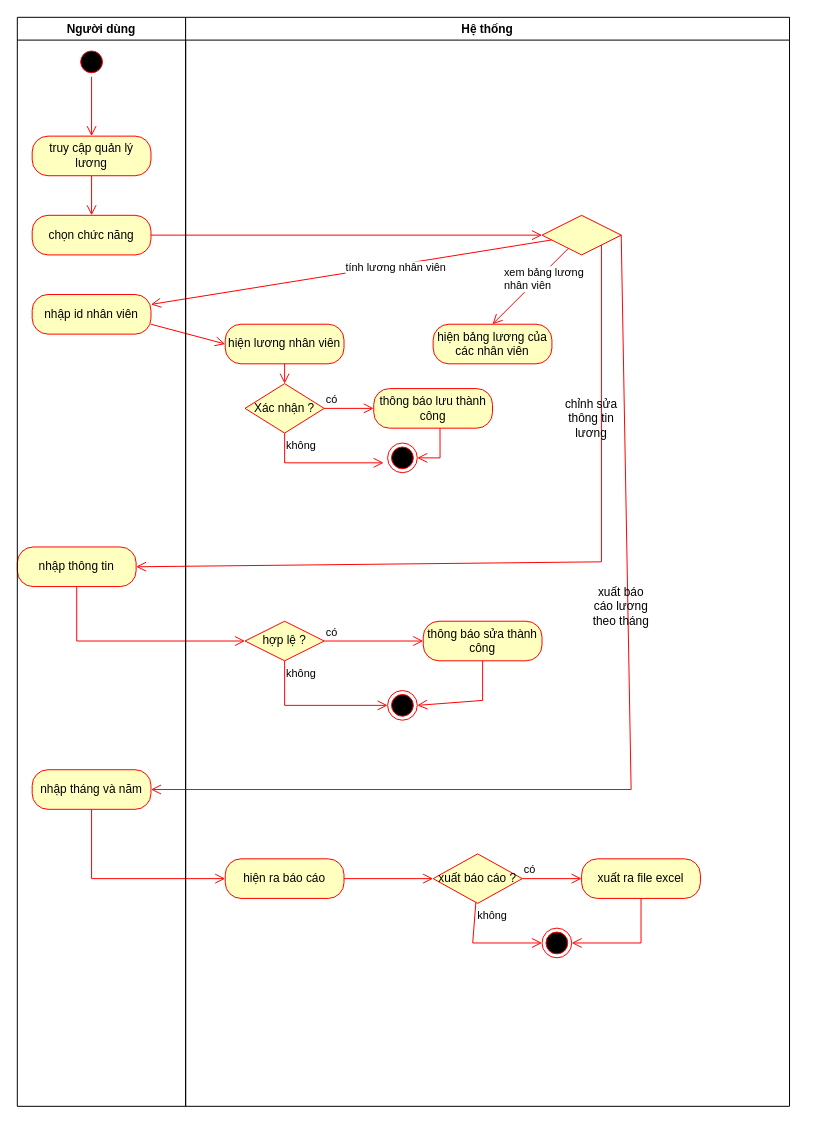
This is QuanLyLuong_ACD.drawio from hoangda24312/Group4-DesigningSystem, a draw.io file, before an edit. Source tidied: cells renumbered, new cells numbered last; positions are measured from the earlier drawing's top-left corner, leaving out a move shared by most shapes. Both pictures are drawn from the tidied source at 99%, with x=0, y=0 at pixel (17, 17).
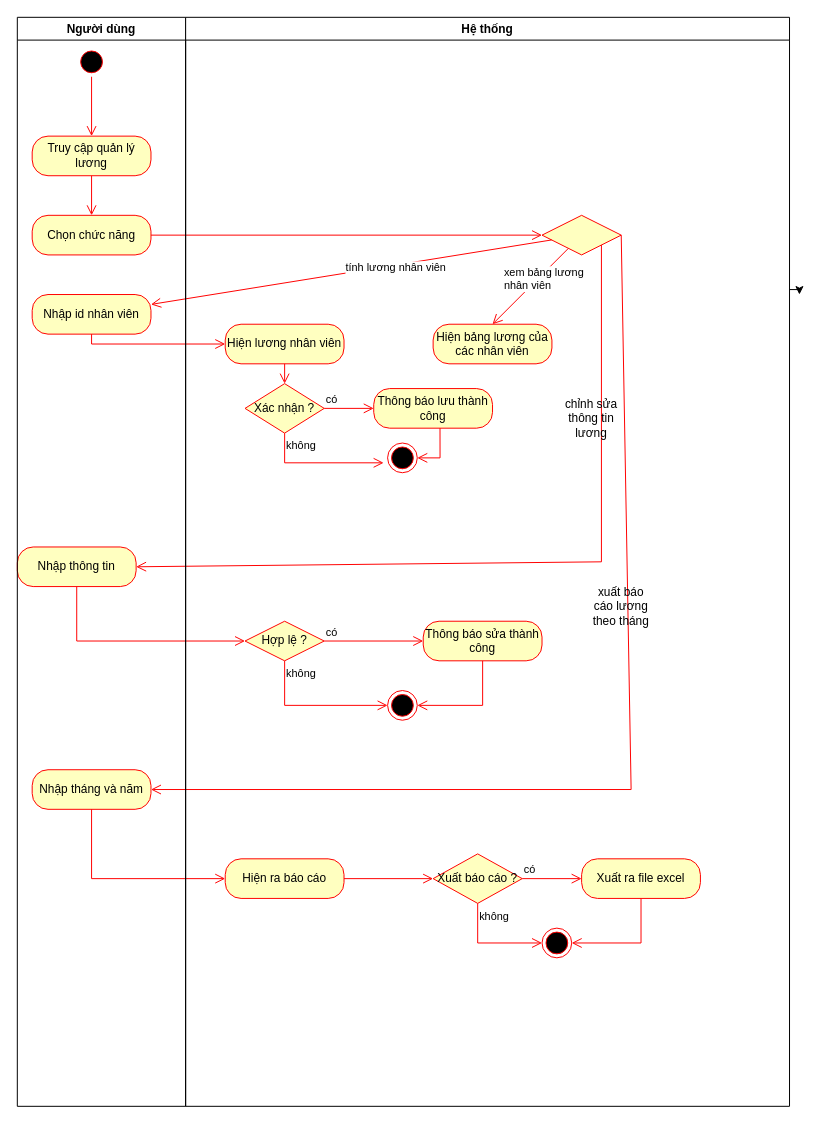
Above is the later version.

The change refers to these unchanged cells:
```xml
<mxCell id="30" style="ellipse;html=1;shape=endState;fillColor=#000000;strokeColor=#ff0000;" parent="1" vertex="1">
  <mxGeometry x="374" y="680" width="30" height="30" as="geometry" />
</mxCell>
<mxCell id="42" style="ellipse;html=1;shape=endState;fillColor=#000000;strokeColor=#ff0000;" parent="1" vertex="1">
  <mxGeometry x="530" y="920" width="30" height="30" as="geometry" />
</mxCell>
<mxCell id="45" value="Hệ thống" style="swimlane;whiteSpace=wrap;html=1;" parent="1" vertex="1">
  <mxGeometry x="170" width="610" height="1100" as="geometry" />
</mxCell>
```

What changed in the source:
```diff
@@
-    <mxCell id="4" value="truy cập quản lý lương" style="rounded=1;whiteSpace=wrap;html=1;arcSize=40;fontColor=#000000;fillColor=#ffffc0;strokeColor=#ff0000;" parent="1" vertex="1">
+    <mxCell id="4" value="Truy cập quản lý lương" style="rounded=1;whiteSpace=wrap;html=1;arcSize=40;fontColor=#000000;fillColor=#ffffc0;strokeColor=#ff0000;" parent="1" vertex="1">
       <mxGeometry x="15" y="120" width="120" height="40" as="geometry" />
     </mxCell>
@@
-    <mxCell id="6" value="chọn chức năng" style="rounded=1;whiteSpace=wrap;html=1;arcSize=40;fontColor=#000000;fillColor=#ffffc0;strokeColor=#ff0000;" parent="1" vertex="1">
+    <mxCell id="6" value="Chọn chức năng" style="rounded=1;whiteSpace=wrap;html=1;arcSize=40;fontColor=#000000;fillColor=#ffffc0;strokeColor=#ff0000;" parent="1" vertex="1">
       <mxGeometry x="15" y="200" width="120" height="40" as="geometry" />
     </mxCell>
@@
-    <mxCell id="11" value="nhập id nhân viên" style="rounded=1;whiteSpace=wrap;html=1;arcSize=40;fontColor=#000000;fillColor=#ffffc0;strokeColor=#ff0000;" parent="1" vertex="1">
+    <mxCell id="11" value="Nhập id nhân viên" style="rounded=1;whiteSpace=wrap;html=1;arcSize=40;fontColor=#000000;fillColor=#ffffc0;strokeColor=#ff0000;" parent="1" vertex="1">
       <mxGeometry x="15" y="280" width="120" height="40" as="geometry" />
     </mxCell>
-    <mxCell id="12" value="hiện lương nhân viên" style="rounded=1;whiteSpace=wrap;html=1;arcSize=40;fontColor=#000000;fillColor=#ffffc0;strokeColor=#ff0000;" parent="1" vertex="1">
+    <mxCell id="12" value="Hiện lương nhân viên" style="rounded=1;whiteSpace=wrap;html=1;arcSize=40;fontColor=#000000;fillColor=#ffffc0;strokeColor=#ff0000;" parent="1" vertex="1">
       <mxGeometry x="210" y="310" width="120" height="40" as="geometry" />
     </mxCell>
-    <mxCell id="13" style="html=1;verticalAlign=bottom;endArrow=open;endSize=8;strokeColor=#ff0000;rounded=0;entryX=0;entryY=0.5;entryDx=0;entryDy=0;exitX=1;exitY=0.75;exitDx=0;exitDy=0;" parent="1" edge="1" source="11" target="12">
+    <mxCell id="13" style="html=1;verticalAlign=bottom;endArrow=open;endSize=8;strokeColor=#ff0000;rounded=0;entryX=0;entryY=0.5;entryDx=0;entryDy=0;exitX=0.5;exitY=1;exitDx=0;exitDy=0;edgeStyle=orthogonalEdgeStyle;" parent="1" edge="1" source="11" target="12">
       <mxGeometry relative="1" as="geometry" />
     </mxCell>
@@
-    <mxCell id="18" value="thông báo lưu thành công" style="rounded=1;whiteSpace=wrap;html=1;arcSize=40;fontColor=#000000;fillColor=#ffffc0;strokeColor=#ff0000;" parent="1" vertex="1">
+    <mxCell id="18" value="Thông báo lưu thành công" style="rounded=1;whiteSpace=wrap;html=1;arcSize=40;fontColor=#000000;fillColor=#ffffc0;strokeColor=#ff0000;" parent="1" vertex="1">
       <mxGeometry x="360" y="375" width="120" height="40" as="geometry" />
     </mxCell>
@@
-    <mxCell id="21" value="hiện bảng lương của các nhân viên" style="rounded=1;whiteSpace=wrap;html=1;arcSize=40;fontColor=#000000;fillColor=#ffffc0;strokeColor=#ff0000;" parent="1" vertex="1">
+    <mxCell id="21" value="Hiện bảng lương của các nhân viên" style="rounded=1;whiteSpace=wrap;html=1;arcSize=40;fontColor=#000000;fillColor=#ffffc0;strokeColor=#ff0000;" parent="1" vertex="1">
       <mxGeometry x="420" y="310" width="120" height="40" as="geometry" />
     </mxCell>
-    <mxCell id="22" value="nhập thông tin" style="rounded=1;whiteSpace=wrap;html=1;arcSize=40;fontColor=#000000;fillColor=#ffffc0;strokeColor=#ff0000;" parent="1" vertex="1">
+    <mxCell id="22" value="Nhập thông tin" style="rounded=1;whiteSpace=wrap;html=1;arcSize=40;fontColor=#000000;fillColor=#ffffc0;strokeColor=#ff0000;" parent="1" vertex="1">
       <mxGeometry y="535" width="120" height="40" as="geometry" />
     </mxCell>
@@
-    <mxCell id="25" value="hợp lệ ?" style="rhombus;whiteSpace=wrap;html=1;fontColor=#000000;fillColor=#ffffc0;strokeColor=#ff0000;" parent="1" vertex="1">
+    <mxCell id="25" value="Hợp lệ ?" style="rhombus;whiteSpace=wrap;html=1;fontColor=#000000;fillColor=#ffffc0;strokeColor=#ff0000;" parent="1" vertex="1">
       <mxGeometry x="230" y="610" width="80" height="40" as="geometry" />
     </mxCell>
@@
-    <mxCell id="29" value="thông báo sửa thành công" style="rounded=1;whiteSpace=wrap;html=1;arcSize=40;fontColor=#000000;fillColor=#ffffc0;strokeColor=#ff0000;" parent="1" vertex="1">
+    <mxCell id="29" value="Thông báo sửa thành công" style="rounded=1;whiteSpace=wrap;html=1;arcSize=40;fontColor=#000000;fillColor=#ffffc0;strokeColor=#ff0000;" parent="1" vertex="1">
       <mxGeometry x="410" y="610" width="120" height="40" as="geometry" />
     </mxCell>
@@
-    <mxCell id="31" style="html=1;verticalAlign=bottom;endArrow=open;endSize=8;strokeColor=#ff0000;rounded=0;exitX=0.5;exitY=1;exitDx=0;exitDy=0;entryX=1;entryY=0.5;entryDx=0;entryDy=0;" parent="1" edge="1" source="29" target="30">
-      <mxGeometry relative="1" as="geometry">
-        <Array as="points">
-          <mxPoint x="470" y="690" />
-        </Array>
-      </mxGeometry>
+    <mxCell id="31" style="html=1;verticalAlign=bottom;endArrow=open;endSize=8;strokeColor=#ff0000;rounded=0;exitX=0.5;exitY=1;exitDx=0;exitDy=0;entryX=1;entryY=0.5;entryDx=0;entryDy=0;edgeStyle=orthogonalEdgeStyle;" parent="1" edge="1" source="29" target="30">
+      <mxGeometry relative="1" as="geometry" />
     </mxCell>
-    <mxCell id="32" value="nhập tháng và năm" style="rounded=1;whiteSpace=wrap;html=1;arcSize=40;fontColor=#000000;fillColor=#ffffc0;strokeColor=#ff0000;" parent="1" vertex="1">
+    <mxCell id="32" value="Nhập tháng và năm" style="rounded=1;whiteSpace=wrap;html=1;arcSize=40;fontColor=#000000;fillColor=#ffffc0;strokeColor=#ff0000;" parent="1" vertex="1">
       <mxGeometry x="15" y="760" width="120" height="40" as="geometry" />
     </mxCell>
@@
-    <mxCell id="35" value="hiện ra báo cáo" style="rounded=1;whiteSpace=wrap;html=1;arcSize=40;fontColor=#000000;fillColor=#ffffc0;strokeColor=#ff0000;" parent="1" vertex="1">
+    <mxCell id="35" value="Hiện ra báo cáo" style="rounded=1;whiteSpace=wrap;html=1;arcSize=40;fontColor=#000000;fillColor=#ffffc0;strokeColor=#ff0000;" parent="1" vertex="1">
       <mxGeometry x="210" y="850" width="120" height="40" as="geometry" />
     </mxCell>
@@
-    <mxCell id="37" value="xuất báo cáo ?" style="rhombus;whiteSpace=wrap;html=1;fontColor=#000000;fillColor=#ffffc0;strokeColor=#ff0000;" parent="1" vertex="1">
+    <mxCell id="37" value="Xuất báo cáo ?" style="rhombus;whiteSpace=wrap;html=1;fontColor=#000000;fillColor=#ffffc0;strokeColor=#ff0000;" parent="1" vertex="1">
       <mxGeometry x="420" y="845" width="90" height="50" as="geometry" />
     </mxCell>
@@
-    <mxCell id="39" value="không" style="html=1;align=left;verticalAlign=top;endArrow=open;endSize=8;strokeColor=#ff0000;rounded=0;entryX=0;entryY=0.5;entryDx=0;entryDy=0;" parent="1" edge="1" source="37" target="42">
+    <mxCell id="39" value="không" style="html=1;align=left;verticalAlign=top;endArrow=open;endSize=8;strokeColor=#ff0000;rounded=0;entryX=0;entryY=0.5;entryDx=0;entryDy=0;edgeStyle=orthogonalEdgeStyle;" parent="1" edge="1" source="37" target="42">
       <mxGeometry x="-1" relative="1" as="geometry">
         <Array as="points">
-          <mxPoint x="460" y="935" />
+          <mxPoint x="465" y="935" />
         </Array>
       </mxGeometry>
     </mxCell>
@@
-    <mxCell id="41" value="xuất ra file excel" style="rounded=1;whiteSpace=wrap;html=1;arcSize=40;fontColor=#000000;fillColor=#ffffc0;strokeColor=#ff0000;" parent="1" vertex="1">
+    <mxCell id="41" value="Xuất ra file excel" style="rounded=1;whiteSpace=wrap;html=1;arcSize=40;fontColor=#000000;fillColor=#ffffc0;strokeColor=#ff0000;" parent="1" vertex="1">
       <mxGeometry x="570" y="850" width="120" height="40" as="geometry" />
     </mxCell>
@@
+    <mxCell id="46" style="edgeStyle=orthogonalEdgeStyle;rounded=0;jettySize=auto;html=1;exitX=1;exitY=0.25;exitDx=0;exitDy=0;" parent="1" edge="1" source="45">
+      <mxGeometry relative="1" as="geometry">
+        <mxPoint x="790" y="280" as="targetPoint" />
+      </mxGeometry>
+    </mxCell>
```
